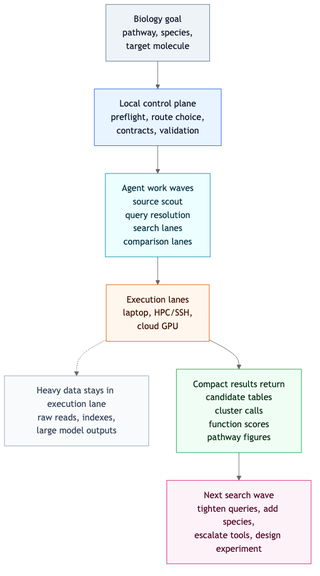
The Mermaid diagram docs/diagrams/biosymphony-genecluster-architecture.png in BioSymphony/genecluster, before a commit. Its source is kept beside it as docs/diagrams/biosymphony-genecluster-architecture.mmd.
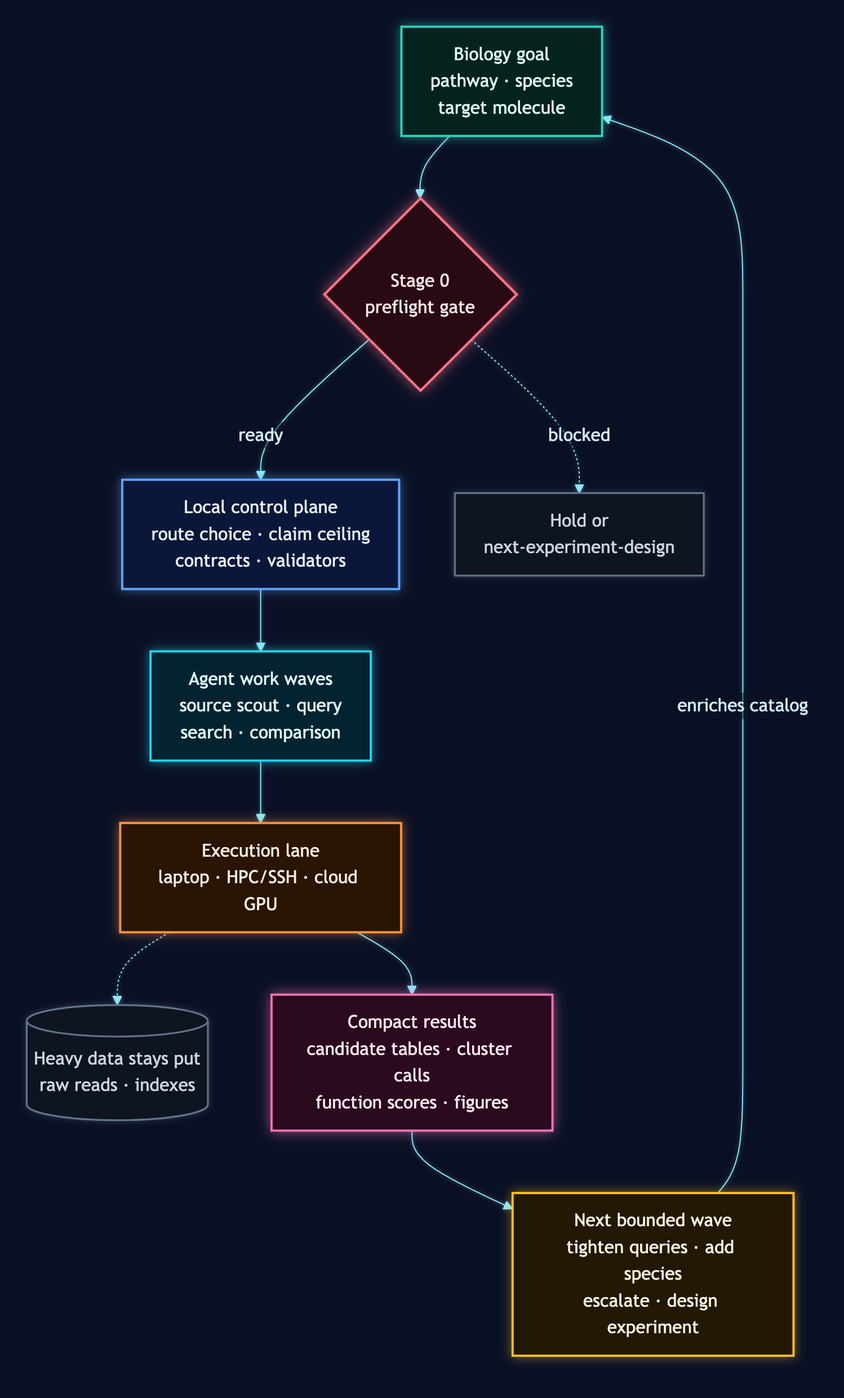
The same diagram one commit later.

Change to the diagram source:
```diff
@@ -1,31 +1,26 @@
+%%{init: {"theme":"base","themeVariables":{"lineColor":"#8be9fd","fontSize":"16px","edgeLabelBackground":"#0a1024"},"flowchart":{"htmlLabels":true,"useMaxWidth":true,"diagramPadding":24,"padding":13,"nodeSpacing":50,"rankSpacing":56}}}%%
 flowchart TB
-  Goal["Biology goal<br/>pathway, species,<br/>target molecule"]
-  Local["Local control plane<br/>preflight, route choice,<br/>contracts, validation"]
-  Work["Agent work waves<br/>source scout<br/>query resolution<br/>search lanes<br/>comparison lanes"]
-  Execute["Execution lanes<br/>laptop, HPC/SSH,<br/>cloud GPU"]
-  Heavy["Heavy data stays in execution lane<br/>raw reads, indexes,<br/>large model outputs"]
-  Results["Compact results return<br/>candidate tables<br/>cluster calls<br/>function scores<br/>pathway figures"]
-  Next["Next search wave<br/>tighten queries, add species,<br/>escalate tools, design experiment"]
-
-  Goal --> Local
-  Local --> Work
-  Work --> Execute
-  Execute --> Results
+  Goal["Biology goal<br/>pathway · species<br/>target molecule"]:::source
+  S0{"Stage 0<br/>preflight gate"}:::gate
+  Local["Local control plane<br/>route choice · claim ceiling<br/>contracts · validators"]:::context
+  Work["Agent work waves<br/>source scout · query<br/>search · comparison"]:::search
+  Execute["Execution lane<br/>laptop · HPC/SSH · cloud GPU"]:::function
+  Heavy[("Heavy data stays put<br/>raw reads · indexes")]:::heavy
+  Results["Compact results<br/>candidate tables · cluster calls<br/>function scores · figures"]:::output
+  Next["Next bounded wave<br/>tighten queries · add species<br/>escalate · design experiment"]:::query
+  Stop["Hold or<br/>next-experiment-design"]:::heavy
+  Goal --> S0
+  S0 -->|ready| Local
+  S0 -.->|blocked| Stop
+  Local --> Work --> Execute --> Results --> Next
   Execute -.-> Heavy
-  Results --> Next
-
-  classDef goal fill:#eef3f8,stroke:#64748b,color:#0f172a;
-  classDef local fill:#e8f4ff,stroke:#2563eb,color:#0f172a;
-  classDef waves fill:#ecfeff,stroke:#0891b2,color:#083344;
-  classDef lanes fill:#fff7ed,stroke:#ea580c,color:#431407;
-  classDef results fill:#f0fdf4,stroke:#16a34a,color:#052e16;
-  classDef next fill:#fdf2f8,stroke:#db2777,color:#500724;
-  classDef heavy fill:#f8fafc,stroke:#94a3b8,color:#334155;
-
-  class Goal goal;
-  class Local local;
-  class Work waves;
-  class Execute lanes;
-  class Results results;
-  class Next next;
-  class Heavy heavy;
+  Next -->|enriches catalog| Goal
+  classDef source fill:#04231f,stroke:#2dd4bf,color:#defff8,stroke-width:2px;
+  classDef query fill:#231803,stroke:#fbbf24,color:#fff5e0,stroke-width:2px;
+  classDef search fill:#042330,stroke:#22d3ee,color:#dffaff,stroke-width:2px;
+  classDef context fill:#0a1738,stroke:#60a5fa,color:#e7f0ff,stroke-width:2px;
+  classDef compare fill:#190f30,stroke:#c084fc,color:#f4ecff,stroke-width:2px;
+  classDef function fill:#2a1404,stroke:#fb923c,color:#ffeede,stroke-width:2px;
+  classDef output fill:#2b0a1e,stroke:#f472b6,color:#ffe6f3,stroke-width:2px;
+  classDef gate fill:#2a0a12,stroke:#fb7185,color:#ffe6ea,stroke-width:2.2px;
+  classDef heavy fill:#0e1420,stroke:#64748b,color:#cbd5e1,stroke-width:1.6px;
```
